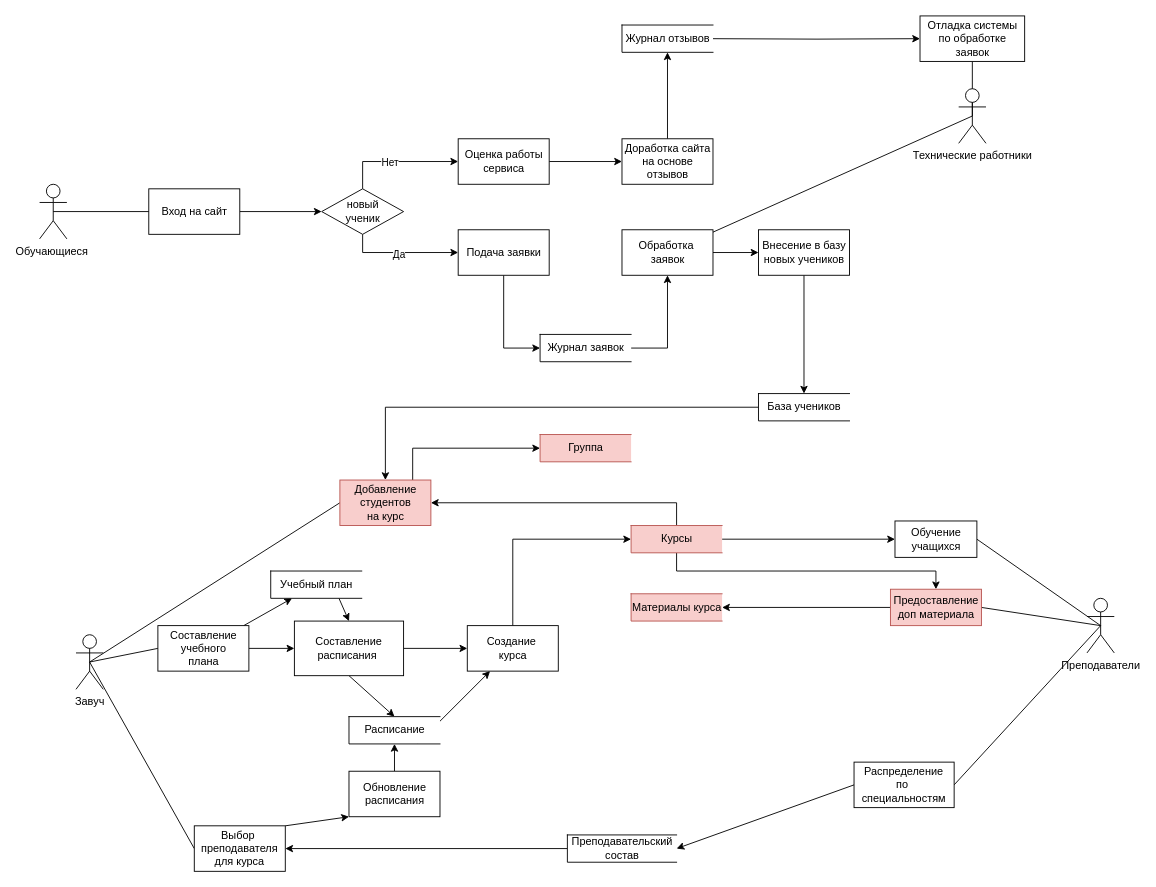
Before: DFD1.drawio in JKtheeone/Online-School, a draw.io diagram. Source tidied: cells renumbered, new cells numbered last; positions are measured from the earlier drawing's top-left corner, leaving out a move shared by most shapes. Both pictures are drawn from the tidied source at 91%, with x=0, y=0 at pixel (39, 15).
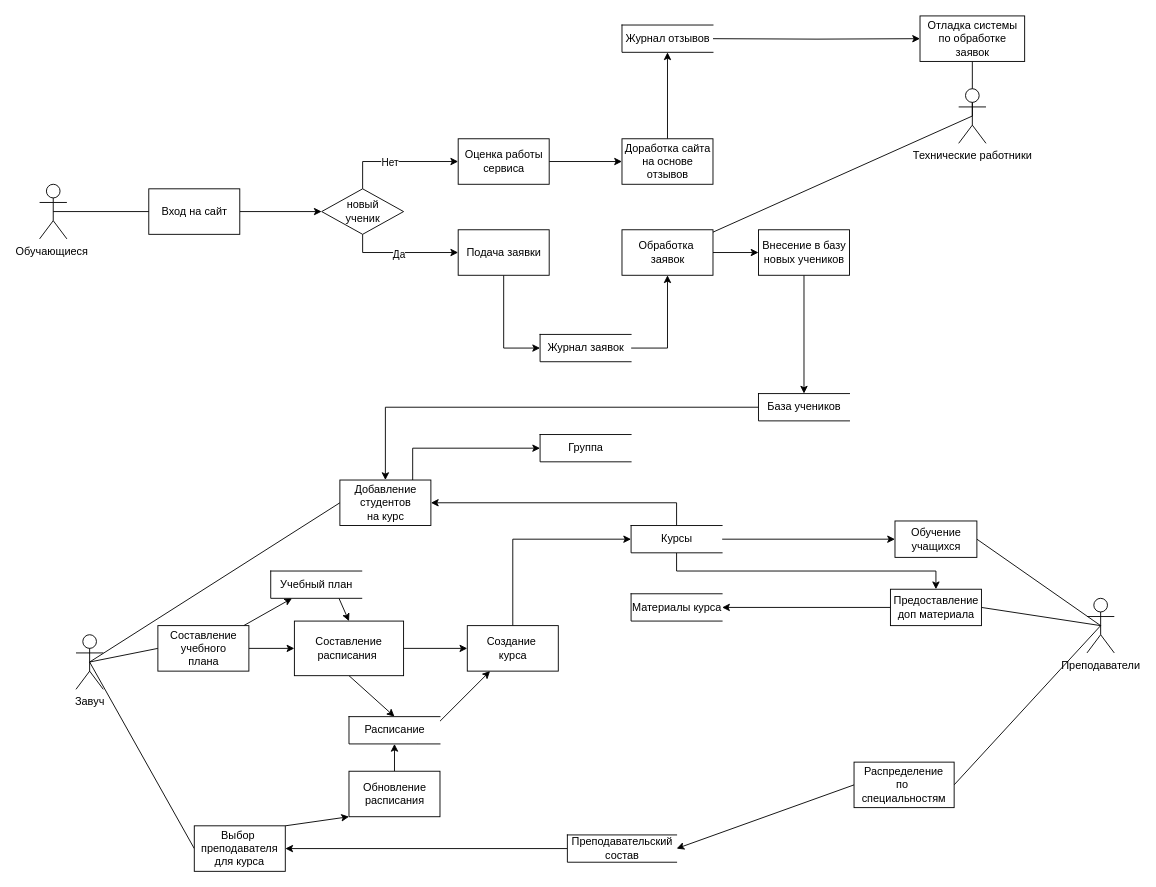
The same page after the edit.

Change to the diagram source:
```diff
@@
-    <mxCell id="35" value="Курсы" style="html=1;dashed=0;whitespace=wrap;shape=partialRectangle;right=0;fillColor=#f8cecc;strokeColor=#b85450;" parent="1" vertex="1">
+    <mxCell id="35" value="Курсы" style="html=1;dashed=0;whitespace=wrap;shape=partialRectangle;right=0;" parent="1" vertex="1">
       <mxGeometry x="650" y="560" width="100" height="30" as="geometry" />
     </mxCell>
@@
-    <mxCell id="41" value="Предоставление&lt;br&gt;доп материала" style="html=1;dashed=0;whitespace=wrap;fillColor=#f8cecc;strokeColor=#b85450;" parent="1" vertex="1">
+    <mxCell id="41" value="Предоставление&lt;br&gt;доп материала" style="html=1;dashed=0;whitespace=wrap;" parent="1" vertex="1">
       <mxGeometry x="935" y="630" width="100" height="40" as="geometry" />
     </mxCell>
@@
-    <mxCell id="48" value="Добавление&lt;br&gt;студентов&lt;br&gt;на курс" style="html=1;dashed=0;whitespace=wrap;fillColor=#f8cecc;strokeColor=#b85450;" parent="1" vertex="1">
+    <mxCell id="48" value="Добавление&lt;br&gt;студентов&lt;br&gt;на курс" style="html=1;dashed=0;whitespace=wrap;" parent="1" vertex="1">
       <mxGeometry x="330" y="510" width="100" height="50" as="geometry" />
     </mxCell>
@@
-    <mxCell id="68" value="Группа" style="html=1;dashed=0;whitespace=wrap;shape=partialRectangle;right=0;fillColor=#f8cecc;strokeColor=#b85450;" parent="1" vertex="1">
+    <mxCell id="68" value="Группа" style="html=1;dashed=0;whitespace=wrap;shape=partialRectangle;right=0;" parent="1" vertex="1">
       <mxGeometry x="550" y="460" width="100" height="30" as="geometry" />
     </mxCell>
-    <mxCell id="69" value="Материалы курса" style="html=1;dashed=0;whitespace=wrap;shape=partialRectangle;right=0;fillColor=#f8cecc;strokeColor=#b85450;" parent="1" vertex="1">
+    <mxCell id="69" value="Материалы курса" style="html=1;dashed=0;whitespace=wrap;shape=partialRectangle;right=0;" parent="1" vertex="1">
       <mxGeometry x="650" y="635" width="100" height="30" as="geometry" />
     </mxCell>
```
